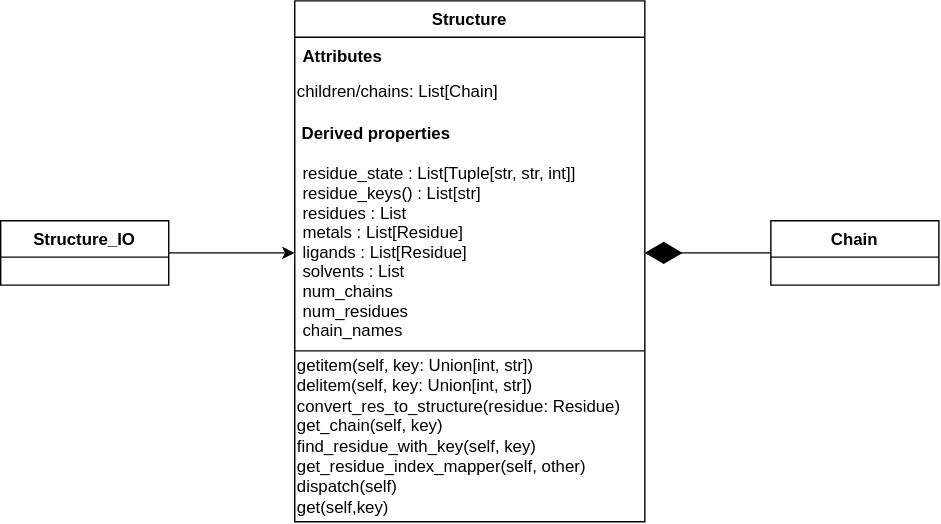
This is docs/figures/Structure_io.svg from ChemBioHTP/enzyhtp_doc, a draw.io export, as it was before one commit. Source tidied: cells renumbered, new cells last; positions are measured from the earlier drawing's top-left corner, leaving out a move shared by most shapes.
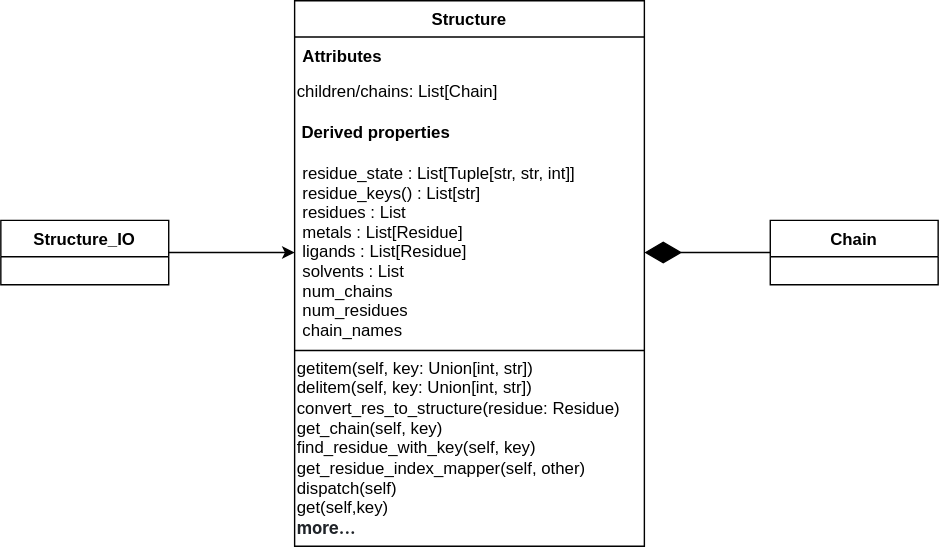
Later version of the same file.

Commit message:
Your commit message

The edit, as a diff of the source:
```diff
@@ -3,7 +3,7 @@
     <mxCell id="0" />
     <mxCell id="1" parent="0" />
     <mxCell id="2" value="Structure" style="swimlane;fontStyle=1;align=center;verticalAlign=top;horizontal=1;startSize=26;rounded=0;shadow=0;strokeWidth=1;" parent="1" vertex="1">
-      <mxGeometry x="210" width="250" height="372" as="geometry" />
+      <mxGeometry x="210" width="250" height="390" as="geometry" />
     </mxCell>
     <mxCell id="3" value="Attributes" style="text;align=left;verticalAlign=top;spacingLeft=4;spacingRight=4;overflow=hidden;fontStyle=1;" parent="2" vertex="1">
       <mxGeometry y="26" width="250" height="24" as="geometry" />
@@ -20,8 +20,8 @@
     <mxCell id="7" style="endArrow=none;html=1;rounded=0;entryX=1;entryY=0;entryDx=0;entryDy=0;exitX=0;exitY=0;exitDx=0;exitDy=0;" parent="2" edge="1" source="8" target="8">
       <mxGeometry relative="1" as="geometry" />
     </mxCell>
-    <mxCell id="8" value="&lt;div&gt;getitem(self, key: Union[int, str])&lt;/div&gt;&lt;div&gt;delitem(self, key: Union[int, str])&lt;/div&gt;&lt;div&gt;convert_res_to_structure(residue: Residue)&lt;/div&gt;&lt;div&gt;get_chain(self, key)&lt;/div&gt;&lt;div&gt;find_residue_with_key(self, key)&lt;/div&gt;&lt;div&gt;get_residue_index_mapper(self, other)&lt;/div&gt;&lt;div&gt;dispatch(self)&lt;/div&gt;&lt;div&gt;get(self,key)&lt;/div&gt;" style="text;html=1;align=left;verticalAlign=middle;whiteSpace=wrap;rounded=0;" parent="2" vertex="1">
-      <mxGeometry y="250" width="250" height="122" as="geometry" />
+    <mxCell id="8" value="&lt;div&gt;getitem(self, key: Union[int, str])&lt;/div&gt;&lt;div&gt;delitem(self, key: Union[int, str])&lt;/div&gt;&lt;div&gt;convert_res_to_structure(residue: Residue)&lt;/div&gt;&lt;div&gt;get_chain(self, key)&lt;/div&gt;&lt;div&gt;find_residue_with_key(self, key)&lt;/div&gt;&lt;div&gt;get_residue_index_mapper(self, other)&lt;/div&gt;&lt;div&gt;dispatch(self)&lt;/div&gt;&lt;div&gt;get(self,key)&lt;/div&gt;&lt;div&gt;&lt;span style=&quot;color: rgb(31, 35, 40); font-family: -apple-system, BlinkMacSystemFont, &amp;quot;Segoe UI&amp;quot;, &amp;quot;Noto Sans&amp;quot;, Helvetica, Arial, sans-serif, &amp;quot;Apple Color Emoji&amp;quot;, &amp;quot;Segoe UI Emoji&amp;quot;; background-color: rgb(255, 255, 255);&quot;&gt;&lt;b style=&quot;&quot;&gt;&lt;font style=&quot;font-size: 12px;&quot;&gt;more...&lt;/font&gt;&lt;/b&gt;&lt;/span&gt;&lt;br&gt;&lt;/div&gt;" style="text;html=1;align=left;verticalAlign=middle;whiteSpace=wrap;rounded=0;" parent="2" vertex="1">
+      <mxGeometry y="250" width="250" height="140" as="geometry" />
     </mxCell>
     <mxCell id="9" style="edgeStyle=orthogonalEdgeStyle;rounded=0;jettySize=auto;html=1;" parent="1" edge="1" source="10" target="6">
       <mxGeometry relative="1" as="geometry" />
```
